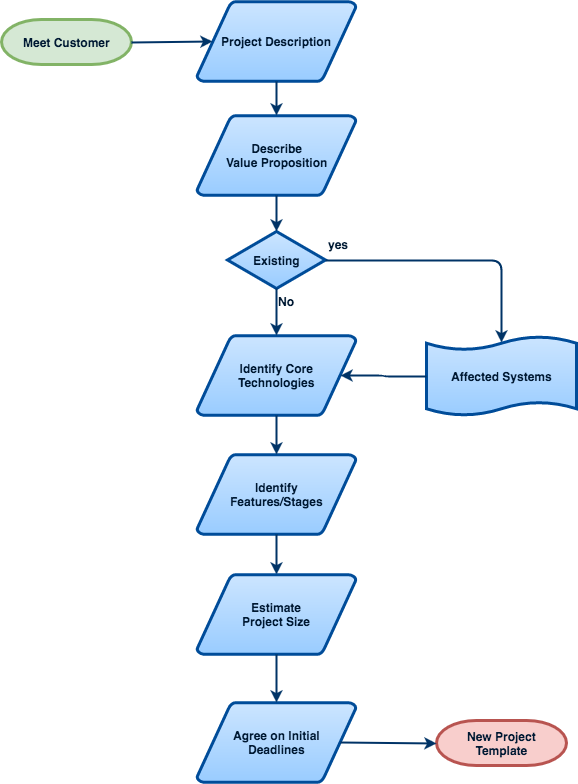
Earlier version of the draw.io export new-projects/phase-1.png (inigo-llc/guides). Source tidied: cells renumbered, new cells last; positions are measured from the earlier drawing's top-left corner, leaving out a move shared by most shapes.
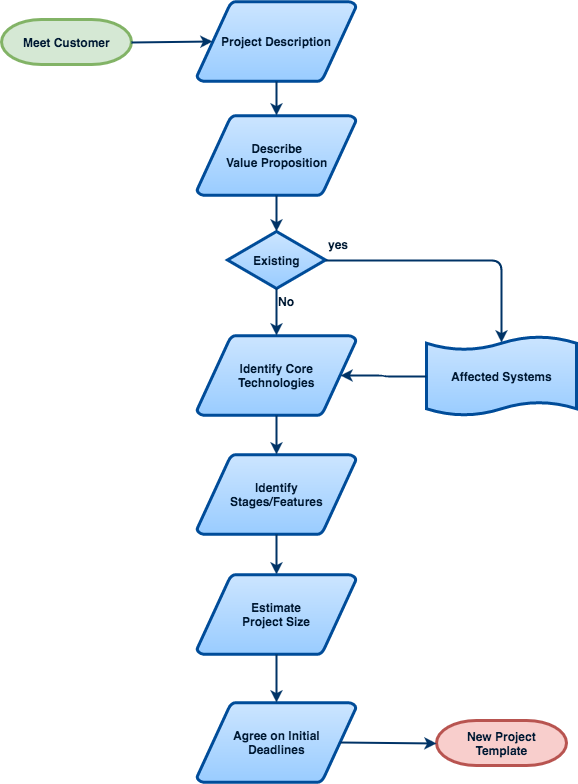
After the commit.

Commit message:
Updates to Phase I, II, and III with adjustments to the workflow diagrams

What changed in the source:
```diff
@@ -39,7 +39,7 @@
     <mxCell id="12" style="edgeStyle=elbowEdgeStyle;elbow=horizontal;fontColor=#001933;fontStyle=1;strokeColor=#003366;strokeWidth=2;html=1;entryX=0.5;entryY=0;entryPerimeter=0;exitX=0.5;exitY=1;exitPerimeter=0;" parent="1" edge="1" source="6" target="4">
       <mxGeometry x="-65" y="-445" as="geometry" />
     </mxCell>
-    <mxCell id="13" value="Identify&lt;br&gt;Features/Stages" style="shape=mxgraph.flowchart.data;fillColor=#99CCFF;strokeColor=#004C99;strokeWidth=3;gradientColor=#CCE5FF;gradientDirection=north;fontColor=#001933;fontStyle=1;html=1;" parent="1" vertex="1">
+    <mxCell id="13" value="Identify&lt;br&gt;Stages/Features" style="shape=mxgraph.flowchart.data;fillColor=#99CCFF;strokeColor=#004C99;strokeWidth=3;gradientColor=#CCE5FF;gradientDirection=north;fontColor=#001933;fontStyle=1;html=1;" parent="1" vertex="1">
       <mxGeometry x="195.5" y="453" width="159" height="80" as="geometry" />
     </mxCell>
     <mxCell id="14" value="No" style="text;fontColor=#001933;fontStyle=1;html=1;" parent="1" vertex="1">
```
